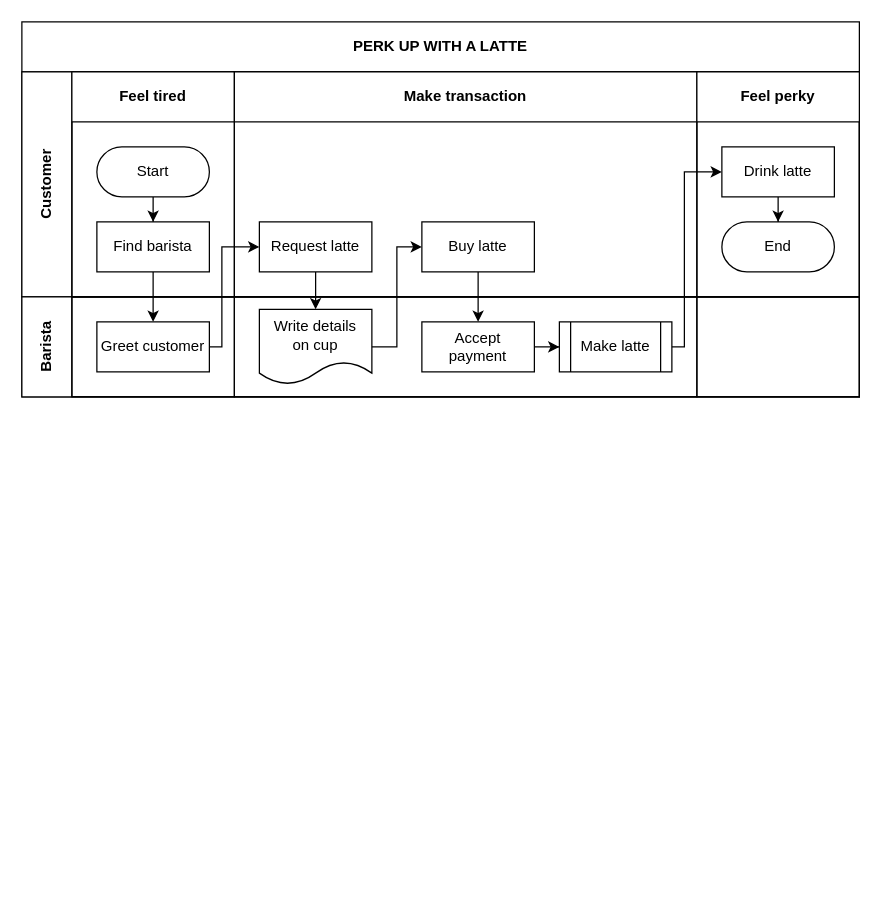
The draw.io diagram 业务及抓手.drawio in hustpawpaw/charts, before the edit. Source tidied: cells renumbered, new cells numbered last; positions are measured from the earlier drawing's top-left corner, leaving out a move shared by most shapes. Both pictures are drawn from the tidied source at 125%, with x=0, y=0 at pixel (21, 21).
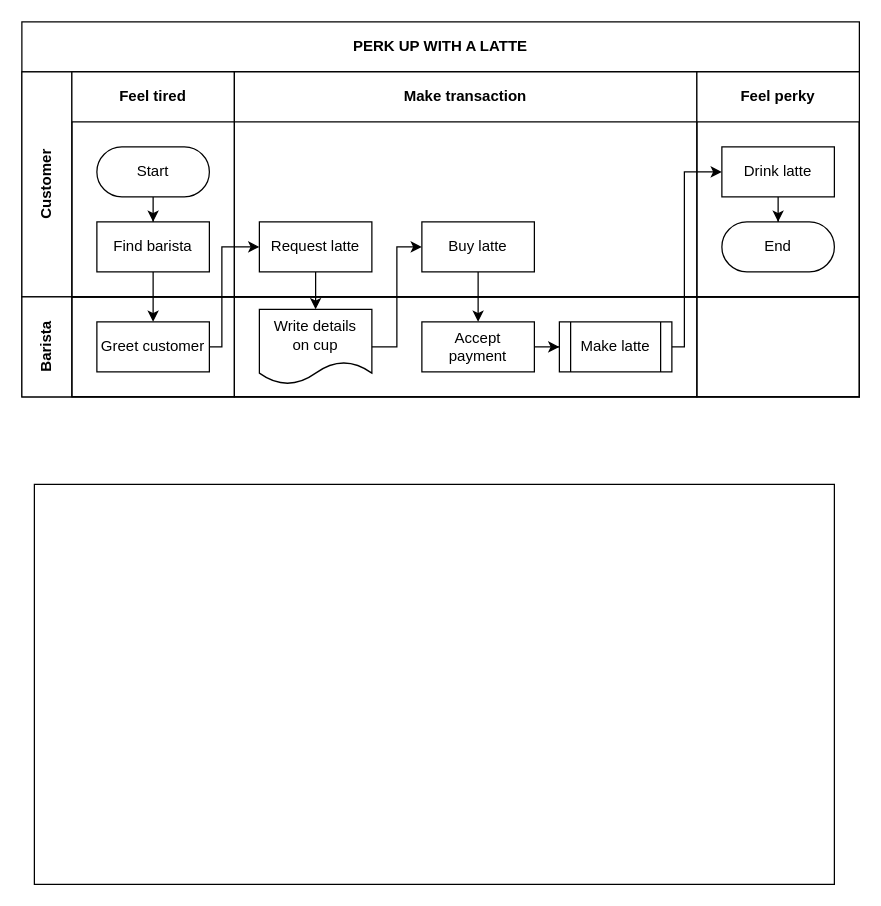
The same diagram, later.

Commit message:
Update 业务及抓手.drawio

Diff of the diagram source:
```diff
@@
+    <mxCell id="30" style="rounded=0;whiteSpace=wrap;html=1;" parent="1" vertex="1">
+      <mxGeometry x="10" y="370" width="640" height="320" as="geometry" />
+    </mxCell>
```
